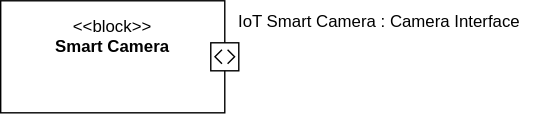
JeffreyWerth/AWS-Architecture-Model-Repository keeps this draw.io diagram as SysML Lessons/Lesson Views and SVGs/BDD Lesson - Flow Port.svg. Above is the earlier version. Source tidied: cells renumbered, new cells last; positions are measured from the earlier drawing's top-left corner, leaving out a move shared by most shapes. Its diagram source:
```xml
<mxGraphModel>
  <root>
    <mxCell id="0" />
    <mxCell id="1" parent="0" />
    <mxCell id="2" value="&lt;p&gt;&amp;lt;&amp;lt;block&amp;gt;&amp;gt;&lt;br&gt;&lt;b&gt;Smart Camera&lt;/b&gt;&lt;/p&gt;" style="shape=rect;html=1;overflow=fill;whiteSpace=wrap;align=center;" parent="1" vertex="1">
      <mxGeometry width="160" height="80" as="geometry" />
    </mxCell>
    <mxCell id="3" style="html=1;shape=mxgraph.sysml.port;sysMLPortType=doubleH;" parent="1" vertex="1">
      <mxGeometry x="150" y="30" width="20" height="20" as="geometry" />
    </mxCell>
    <mxCell id="4" value="IoT Smart Camera : Camera Interface" style="text;html=1;align=center;verticalAlign=middle;strokeColor=none;fillColor=none;" parent="1" vertex="1">
      <mxGeometry x="160" width="220" height="30" as="geometry" />
    </mxCell>
  </root>
</mxGraphModel>
```
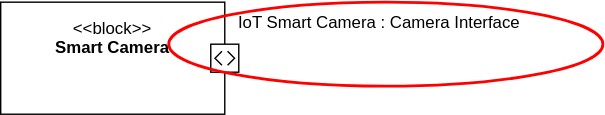
The same file after the commit.

What changed in the source:
```diff
@@ -11,5 +11,8 @@
     <mxCell id="4" value="IoT Smart Camera : Camera Interface" style="text;html=1;align=center;verticalAlign=middle;strokeColor=none;fillColor=none;" parent="1" vertex="1">
       <mxGeometry x="160" width="220" height="30" as="geometry" />
     </mxCell>
+    <mxCell id="5" style="ellipse;whiteSpace=wrap;html=1;fillColor=none;strokeColor=#FF0000;strokeWidth=2;" parent="1" vertex="1">
+      <mxGeometry x="120" width="310" height="60" as="geometry" />
+    </mxCell>
   </root>
 </mxGraphModel>
```
